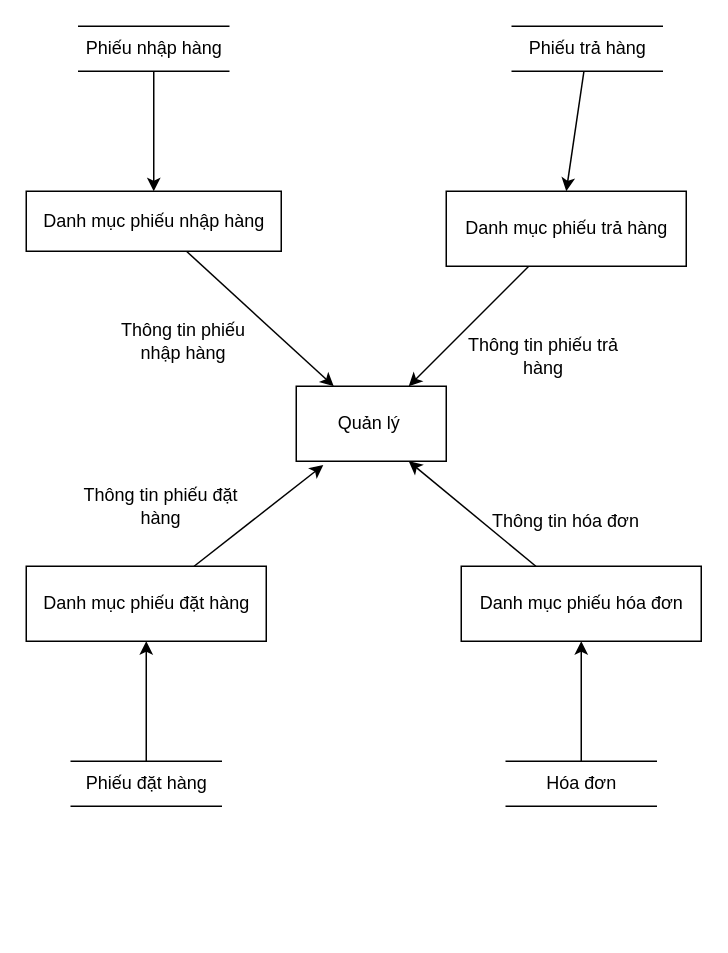
Before: DFD/DFD Quản lý danh mục mức 0 .drawio in AlexTien202/congnghephanmem, a draw.io diagram. Source tidied: cells renumbered, new cells numbered last; positions are measured from the earlier drawing's top-left corner, leaving out a move shared by most shapes. Both pictures are drawn from the tidied source at 150%, with x=0, y=0 at pixel (26, 26).
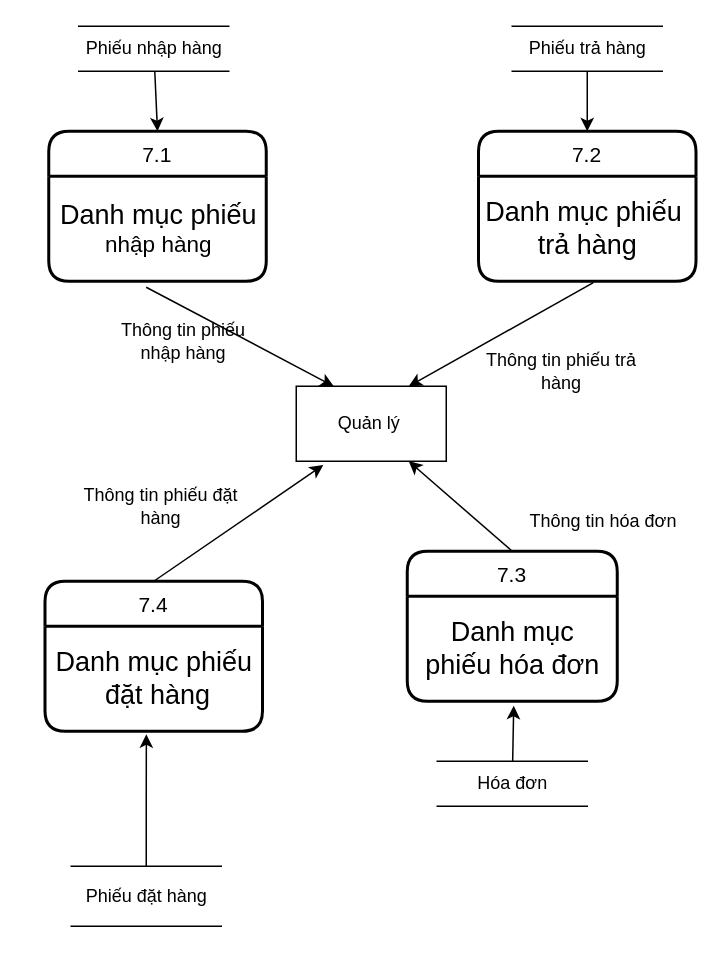
After the change.

Unchanged cells that the change refers to:
```xml
<mxCell id="2" value="Quản lý&amp;nbsp;" style="html=1;dashed=0;whitespace=wrap;" parent="1" vertex="1">
  <mxGeometry x="180" y="240" width="100" height="50" as="geometry" />
</mxCell>
<mxCell id="12" value="Phiếu nhập hàng" style="html=1;dashed=0;whitespace=wrap;shape=partialRectangle;right=0;left=0;" parent="1" vertex="1">
  <mxGeometry x="35" width="100" height="30" as="geometry" />
</mxCell>
<mxCell id="16" value="Phiếu trả hàng" style="html=1;dashed=0;whitespace=wrap;shape=partialRectangle;right=0;left=0;" parent="1" vertex="1">
  <mxGeometry x="324" width="100" height="30" as="geometry" />
</mxCell>
```

Change to the diagram source:
```diff
@@
-    <mxCell id="3" style="rounded=0;jettySize=auto;html=1;entryX=0.25;entryY=0;entryDx=0;entryDy=0;" parent="1" edge="1" source="4" target="2">
+    <mxCell id="3" style="rounded=0;jettySize=auto;html=1;entryX=0.25;entryY=0;entryDx=0;entryDy=0;exitX=0.448;exitY=1.057;exitDx=0;exitDy=0;exitPerimeter=0;" parent="1" edge="1" source="4" target="2">
       <mxGeometry relative="1" as="geometry" />
     </mxCell>
-    <mxCell id="4" value="Danh mục phiếu nhập hàng" style="html=1;dashed=0;whitespace=wrap;" parent="1" vertex="1">
-      <mxGeometry y="110" width="170" height="40" as="geometry" />
-    </mxCell>
-    <mxCell id="5" style="rounded=0;jettySize=auto;html=1;entryX=0.75;entryY=0;entryDx=0;entryDy=0;" parent="1" edge="1" source="6" target="2">
+    <mxCell id="5" style="rounded=0;jettySize=auto;html=1;entryX=0.75;entryY=0;entryDx=0;entryDy=0;exitX=0.528;exitY=1.014;exitDx=0;exitDy=0;exitPerimeter=0;" parent="1" edge="1" source="6" target="2">
       <mxGeometry relative="1" as="geometry" />
     </mxCell>
-    <mxCell id="6" value="Danh mục phiếu trả hàng" style="html=1;dashed=0;whitespace=wrap;" parent="1" vertex="1">
-      <mxGeometry x="280" y="110" width="160" height="50" as="geometry" />
-    </mxCell>
-    <mxCell id="7" style="rounded=0;jettySize=auto;html=1;entryX=0.18;entryY=1.051;entryDx=0;entryDy=0;entryPerimeter=0;" parent="1" edge="1" source="8" target="2">
+    <mxCell id="7" style="rounded=0;jettySize=auto;html=1;entryX=0.18;entryY=1.051;entryDx=0;entryDy=0;entryPerimeter=0;exitX=0.5;exitY=0;exitDx=0;exitDy=0;" parent="1" edge="1" source="26" target="2">
       <mxGeometry relative="1" as="geometry" />
     </mxCell>
-    <mxCell id="8" value="Danh mục phiếu đặt hàng" style="html=1;dashed=0;whitespace=wrap;" parent="1" vertex="1">
-      <mxGeometry y="360" width="160" height="50" as="geometry" />
-    </mxCell>
-    <mxCell id="9" style="rounded=0;jettySize=auto;html=1;entryX=0.75;entryY=1;entryDx=0;entryDy=0;" parent="1" edge="1" source="10" target="2">
+    <mxCell id="9" style="rounded=0;jettySize=auto;html=1;entryX=0.75;entryY=1;entryDx=0;entryDy=0;exitX=0.5;exitY=0;exitDx=0;exitDy=0;" parent="1" edge="1" source="23" target="2">
       <mxGeometry relative="1" as="geometry" />
     </mxCell>
-    <mxCell id="10" value="Danh mục phiếu hóa đơn" style="html=1;dashed=0;whitespace=wrap;" parent="1" vertex="1">
-      <mxGeometry x="290" y="360" width="160" height="50" as="geometry" />
-    </mxCell>
-    <mxCell id="11" style="edgeStyle=none;rounded=0;jettySize=auto;html=1;entryX=0.5;entryY=0;entryDx=0;entryDy=0;" parent="1" edge="1" source="12" target="4">
+    <mxCell id="11" style="edgeStyle=none;rounded=0;jettySize=auto;html=1;entryX=0.5;entryY=0;entryDx=0;entryDy=0;" parent="1" edge="1" source="12" target="25">
       <mxGeometry relative="1" as="geometry" />
     </mxCell>
@@
-    <mxCell id="13" style="edgeStyle=none;rounded=0;jettySize=auto;html=1;entryX=0.5;entryY=1;entryDx=0;entryDy=0;" parent="1" edge="1" source="14" target="10">
+    <mxCell id="13" style="edgeStyle=none;rounded=0;jettySize=auto;html=1;entryX=0.507;entryY=1.043;entryDx=0;entryDy=0;entryPerimeter=0;" parent="1" edge="1" source="14" target="10">
       <mxGeometry relative="1" as="geometry" />
     </mxCell>
     <mxCell id="14" value="Hóa đơn" style="html=1;dashed=0;whitespace=wrap;shape=partialRectangle;right=0;left=0;" parent="1" vertex="1">
-      <mxGeometry x="320" y="490" width="100" height="30" as="geometry" />
+      <mxGeometry x="274" y="490" width="100" height="30" as="geometry" />
     </mxCell>
-    <mxCell id="15" style="edgeStyle=none;rounded=0;jettySize=auto;html=1;entryX=0.5;entryY=0;entryDx=0;entryDy=0;" parent="1" edge="1" source="16" target="6">
+    <mxCell id="15" style="edgeStyle=none;rounded=0;jettySize=auto;html=1;entryX=0.5;entryY=0;entryDx=0;entryDy=0;" parent="1" edge="1" source="16" target="24">
       <mxGeometry relative="1" as="geometry" />
     </mxCell>
@@
-    <mxCell id="17" style="edgeStyle=none;rounded=0;jettySize=auto;html=1;entryX=0.5;entryY=1;entryDx=0;entryDy=0;" parent="1" edge="1" source="18" target="8">
+    <mxCell id="17" style="edgeStyle=orthogonalEdgeStyle;rounded=0;jettySize=auto;html=1;exitX=0.5;exitY=0;exitDx=0;exitDy=0;entryX=0.466;entryY=1.029;entryDx=0;entryDy=0;entryPerimeter=0;" parent="1" edge="1" source="18" target="8">
       <mxGeometry relative="1" as="geometry" />
     </mxCell>
     <mxCell id="18" value="Phiếu đặt hàng" style="html=1;dashed=0;whitespace=wrap;shape=partialRectangle;right=0;left=0;" parent="1" vertex="1">
-      <mxGeometry x="30" y="490" width="100" height="30" as="geometry" />
+      <mxGeometry x="30" y="560" width="100" height="40" as="geometry" />
     </mxCell>
@@
     <mxCell id="20" value="Thông tin phiếu trả hàng" style="text;html=1;strokeColor=none;fillColor=none;align=center;verticalAlign=middle;whiteSpace=wrap;rounded=0;" parent="1" vertex="1">
-      <mxGeometry x="290" y="210" width="110" height="20" as="geometry" />
+      <mxGeometry x="301.5" y="220" width="110" height="20" as="geometry" />
     </mxCell>
@@
     <mxCell id="22" value="Thông tin hóa đơn" style="text;html=1;strokeColor=none;fillColor=none;align=center;verticalAlign=middle;whiteSpace=wrap;rounded=0;" parent="1" vertex="1">
-      <mxGeometry x="305" y="320" width="110" height="20" as="geometry" />
+      <mxGeometry x="330" y="320" width="110" height="20" as="geometry" />
     </mxCell>
+    <mxCell id="23" value="7.3" style="swimlane;horizontal=1;startSize=30;rounded=1;fontSize=14;fontStyle=0;strokeWidth=2;shadow=0;dashed=0;align=center;" parent="1" vertex="1">
+      <mxGeometry x="254" y="350" width="140" height="100" as="geometry" />
+    </mxCell>
+    <mxCell id="10" value="&lt;font style=&quot;font-size: 18px&quot;&gt;Danh mục &lt;br&gt;phiếu hóa đơn&lt;/font&gt;" style="text;html=1;align=center;verticalAlign=middle;points=[];fontSize=15;" parent="23" vertex="1">
+      <mxGeometry y="30" width="140" height="70" as="geometry" />
+    </mxCell>
+    <mxCell id="24" value="7.2" style="swimlane;horizontal=1;startSize=30;rounded=1;fontSize=14;fontStyle=0;strokeWidth=2;shadow=0;dashed=0;align=center;" parent="1" vertex="1">
+      <mxGeometry x="301.5" y="70" width="145" height="100" as="geometry" />
+    </mxCell>
+    <mxCell id="6" value="&lt;span style=&quot;font-size: 18px&quot;&gt;Danh mục phiếu&amp;nbsp;&lt;br&gt;trả hàng&lt;br&gt;&lt;/span&gt;" style="text;html=1;align=center;verticalAlign=middle;points=[];fontSize=15;" parent="24" vertex="1">
+      <mxGeometry y="30" width="145" height="70" as="geometry" />
+    </mxCell>
+    <mxCell id="25" value="7.1" style="swimlane;horizontal=1;startSize=30;rounded=1;fontSize=14;fontStyle=0;strokeWidth=2;shadow=0;dashed=0;align=center;" parent="1" vertex="1">
+      <mxGeometry x="15" y="70" width="145" height="100" as="geometry" />
+    </mxCell>
+    <mxCell id="4" value="&lt;span style=&quot;font-size: 18px&quot;&gt;Danh mục phiếu&lt;br&gt;&lt;/span&gt;nhập hàng" style="text;html=1;align=center;verticalAlign=middle;points=[];fontSize=15;" parent="25" vertex="1">
+      <mxGeometry y="30" width="145" height="70" as="geometry" />
+    </mxCell>
+    <mxCell id="26" value="7.4" style="swimlane;horizontal=1;startSize=30;rounded=1;fontSize=14;fontStyle=0;strokeWidth=2;shadow=0;dashed=0;align=center;" parent="1" vertex="1">
+      <mxGeometry x="12.5" y="370" width="145" height="100" as="geometry" />
+    </mxCell>
+    <mxCell id="8" value="&lt;span style=&quot;font-size: 18px&quot;&gt;Danh mục phiếu&lt;br&gt;&amp;nbsp;đặt hàng&lt;/span&gt;" style="text;html=1;align=center;verticalAlign=middle;points=[];fontSize=15;" parent="26" vertex="1">
+      <mxGeometry y="30" width="145" height="70" as="geometry" />
+    </mxCell>
```
